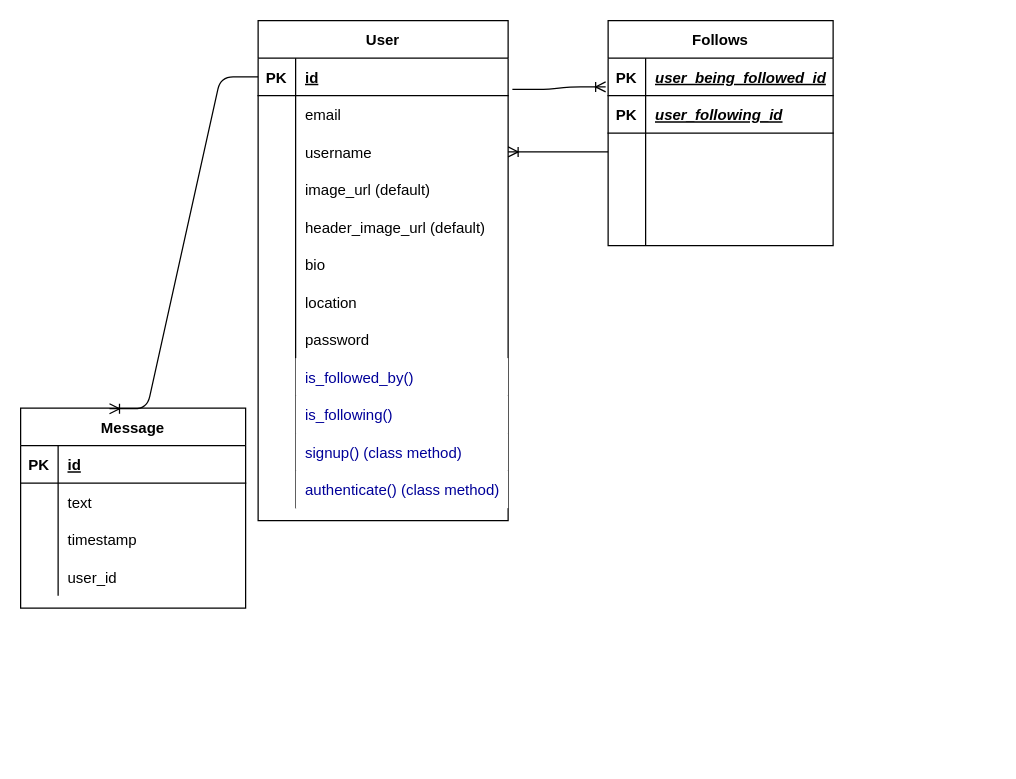
kellenrowe/warbler keeps this draw.io diagram as warbler.drawio. Above is the earlier version. Source tidied: cells renumbered, new cells numbered last; positions are measured from the earlier drawing's top-left corner, leaving out a move shared by most shapes. Both pictures are drawn from the tidied source at 125%, with x=0, y=0 at pixel (20, 20).
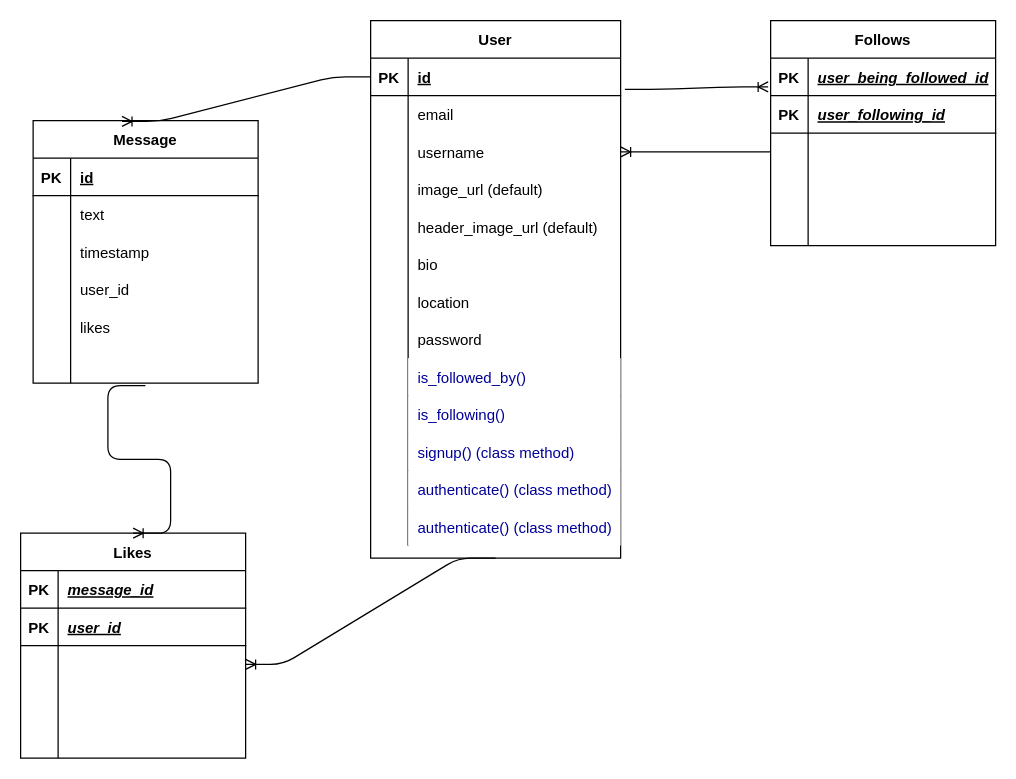
The same diagram, later.

Diff of the diagram source:
```diff
@@
     <mxCell id="2" value="User" style="shape=table;startSize=30;childLayout=tableLayout;rowLines=0;fontStyle=1;align=center;" parent="1" vertex="1">
-      <mxGeometry x="190" width="200" height="400" as="geometry" />
+      <mxGeometry x="280" width="200" height="430" as="geometry" />
     </mxCell>
@@
+    <mxCell id="71" style="shape=partialRectangle;fillColor=none;top=0;left=0;bottom=0;right=0;" parent="2" vertex="1">
+      <mxGeometry y="360" width="200" height="30" as="geometry" />
+    </mxCell>
+    <mxCell id="72" style="shape=partialRectangle;fillColor=none;top=0;left=0;bottom=0;right=0;overflow=hidden;" parent="71" vertex="1">
+      <mxGeometry width="30" height="30" as="geometry" />
+    </mxCell>
+    <mxCell id="73" value="authenticate() (class method)" style="shape=partialRectangle;top=0;left=0;bottom=0;right=0;align=left;spacingLeft=6;overflow=hidden;fontColor=#000099;" parent="71" vertex="1">
+      <mxGeometry x="30" width="170" height="30" as="geometry" />
+    </mxCell>
     <mxCell id="36" style="shape=partialRectangle;fillColor=none;top=0;left=0;bottom=0;right=0;" parent="2" vertex="1">
-      <mxGeometry y="360" width="200" height="30" as="geometry" />
+      <mxGeometry y="390" width="200" height="30" as="geometry" />
     </mxCell>
@@
     <mxCell id="39" value="Follows" style="shape=table;startSize=30;childLayout=tableLayout;rowLines=0;fontStyle=1;align=center;" parent="1" vertex="1">
-      <mxGeometry x="470" width="180" height="180" as="geometry" />
+      <mxGeometry x="600" width="180" height="180" as="geometry" />
     </mxCell>
@@
     <mxCell id="55" value="Message" style="shape=table;startSize=30;childLayout=tableLayout;rowLines=0;fontStyle=1;align=center;" parent="1" vertex="1">
-      <mxGeometry y="310" width="180" height="160" as="geometry" />
+      <mxGeometry x="10" y="80" width="180" height="210" as="geometry" />
     </mxCell>
@@
+    <mxCell id="74" style="shape=partialRectangle;fillColor=none;top=0;left=0;bottom=0;right=0;" parent="55" vertex="1">
+      <mxGeometry y="150" width="180" height="30" as="geometry" />
+    </mxCell>
+    <mxCell id="75" style="shape=partialRectangle;fillColor=none;top=0;left=0;bottom=0;right=0;overflow=hidden;" parent="74" vertex="1">
+      <mxGeometry width="30" height="30" as="geometry" />
+    </mxCell>
+    <mxCell id="76" value="likes" style="shape=partialRectangle;fillColor=none;top=0;left=0;bottom=0;right=0;align=left;spacingLeft=6;overflow=hidden;" parent="74" vertex="1">
+      <mxGeometry x="30" width="150" height="30" as="geometry" />
+    </mxCell>
+    <mxCell id="77" style="shape=partialRectangle;fillColor=none;top=0;left=0;bottom=0;right=0;points=[[0,0.5],[1,0.5]];portConstraint=eastwest;" parent="55" vertex="1">
+      <mxGeometry y="180" width="180" height="30" as="geometry" />
+    </mxCell>
+    <mxCell id="78" style="shape=partialRectangle;fillColor=none;top=0;left=0;bottom=0;right=0;overflow=hidden;" parent="77" vertex="1">
+      <mxGeometry width="30" height="30" as="geometry" />
+    </mxCell>
+    <mxCell id="79" style="shape=partialRectangle;fillColor=none;top=0;left=0;bottom=0;right=0;align=left;spacingLeft=6;overflow=hidden;" parent="77" vertex="1">
+      <mxGeometry x="30" width="150" height="30" as="geometry" />
+    </mxCell>
@@
+    <mxCell id="80" value="Likes" style="shape=table;startSize=30;childLayout=tableLayout;rowLines=0;fontStyle=1;align=center;" parent="1" vertex="1">
+      <mxGeometry y="410" width="180" height="180" as="geometry" />
+    </mxCell>
+    <mxCell id="81" style="shape=partialRectangle;fillColor=none;top=0;left=0;bottom=1;right=0;" parent="80" vertex="1">
+      <mxGeometry y="30" width="180" height="30" as="geometry" />
+    </mxCell>
+    <mxCell id="82" value="PK" style="shape=partialRectangle;fillColor=none;top=0;left=0;bottom=0;right=0;fontStyle=1;overflow=hidden;" parent="81" vertex="1">
+      <mxGeometry width="30" height="30" as="geometry" />
+    </mxCell>
+    <mxCell id="83" value="message_id" style="shape=partialRectangle;fillColor=none;top=0;left=0;bottom=0;right=0;align=left;spacingLeft=6;fontStyle=7;overflow=hidden;" parent="81" vertex="1">
+      <mxGeometry x="30" width="150" height="30" as="geometry" />
+    </mxCell>
+    <mxCell id="84" style="shape=partialRectangle;fillColor=none;top=0;left=0;bottom=1;right=0;" parent="80" vertex="1">
+      <mxGeometry y="60" width="180" height="30" as="geometry" />
+    </mxCell>
+    <mxCell id="85" value="PK" style="shape=partialRectangle;fillColor=none;top=0;left=0;bottom=0;right=0;fontStyle=1;overflow=hidden;" parent="84" vertex="1">
+      <mxGeometry width="30" height="30" as="geometry" />
+    </mxCell>
+    <mxCell id="86" value="user_id" style="shape=partialRectangle;fillColor=none;top=0;left=0;bottom=0;right=0;align=left;spacingLeft=6;fontStyle=7;overflow=hidden;" parent="84" vertex="1">
+      <mxGeometry x="30" width="150" height="30" as="geometry" />
+    </mxCell>
+    <mxCell id="87" style="shape=partialRectangle;fillColor=none;top=0;left=0;bottom=0;right=0;points=[[0,0.5],[1,0.5]];portConstraint=eastwest;" parent="80" vertex="1">
+      <mxGeometry y="90" width="180" height="30" as="geometry" />
+    </mxCell>
+    <mxCell id="88" style="shape=partialRectangle;fillColor=none;top=0;left=0;bottom=0;right=0;overflow=hidden;" parent="87" vertex="1">
+      <mxGeometry width="30" height="30" as="geometry" />
+    </mxCell>
+    <mxCell id="89" style="shape=partialRectangle;fillColor=none;top=0;left=0;bottom=0;right=0;align=left;spacingLeft=6;overflow=hidden;" parent="87" vertex="1">
+      <mxGeometry x="30" width="150" height="30" as="geometry" />
+    </mxCell>
+    <mxCell id="90" style="shape=partialRectangle;fillColor=none;top=0;left=0;bottom=0;right=0;" parent="80" vertex="1">
+      <mxGeometry y="120" width="180" height="30" as="geometry" />
+    </mxCell>
+    <mxCell id="91" style="shape=partialRectangle;fillColor=none;top=0;left=0;bottom=0;right=0;overflow=hidden;" parent="90" vertex="1">
+      <mxGeometry width="30" height="30" as="geometry" />
+    </mxCell>
+    <mxCell id="92" style="shape=partialRectangle;fillColor=none;top=0;left=0;bottom=0;right=0;align=left;spacingLeft=6;overflow=hidden;" parent="90" vertex="1">
+      <mxGeometry x="30" width="150" height="30" as="geometry" />
+    </mxCell>
+    <mxCell id="93" style="shape=partialRectangle;fillColor=none;top=0;left=0;bottom=0;right=0;" parent="80" vertex="1">
+      <mxGeometry y="150" width="180" height="30" as="geometry" />
+    </mxCell>
+    <mxCell id="94" style="shape=partialRectangle;fillColor=none;top=0;left=0;bottom=0;right=0;overflow=hidden;" parent="93" vertex="1">
+      <mxGeometry width="30" height="30" as="geometry" />
+    </mxCell>
+    <mxCell id="95" style="shape=partialRectangle;fillColor=none;top=0;left=0;bottom=0;right=0;align=left;spacingLeft=6;overflow=hidden;" parent="93" vertex="1">
+      <mxGeometry x="30" width="150" height="30" as="geometry" />
+    </mxCell>
+    <mxCell id="96" style="edgeStyle=entityRelationEdgeStyle;fontSize=12;html=1;endArrow=ERoneToMany;exitX=0.499;exitY=1.066;exitDx=0;exitDy=0;exitPerimeter=0;entryX=0.5;entryY=0;entryDx=0;entryDy=0;" parent="1" edge="1" source="77" target="80">
+      <mxGeometry relative="1" as="geometry" />
+    </mxCell>
+    <mxCell id="97" style="edgeStyle=entityRelationEdgeStyle;fontSize=12;html=1;endArrow=ERoneToMany;exitX=0.5;exitY=1;exitDx=0;exitDy=0;entryX=1;entryY=0.5;entryDx=0;entryDy=0;" parent="1" edge="1" source="2" target="87">
+      <mxGeometry relative="1" as="geometry" />
+    </mxCell>
```
